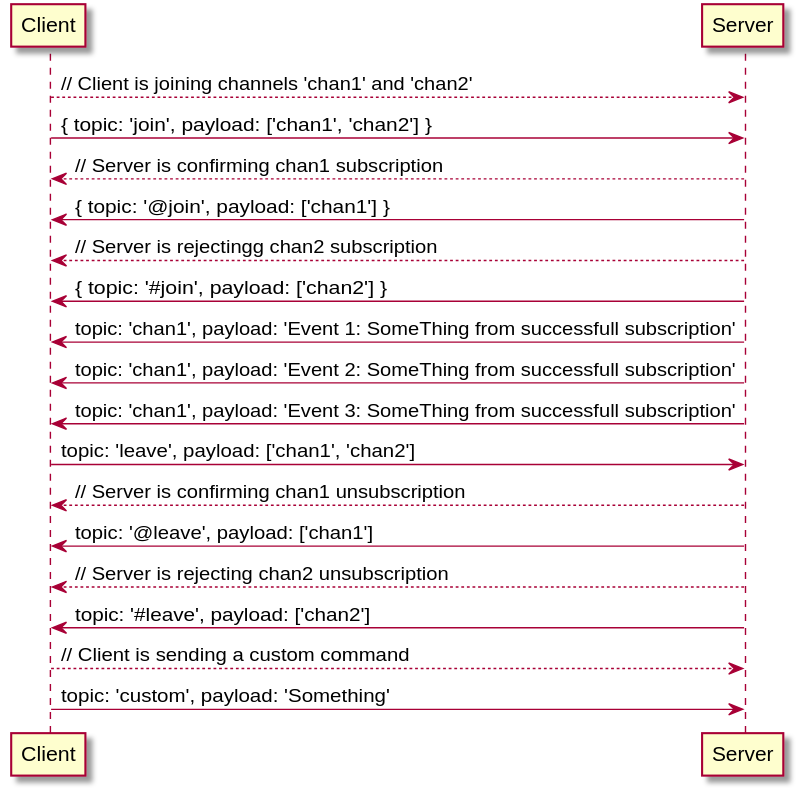
Above: lib/transport.svg in spiral-modules/websocket-client (PlantUML), before the change.
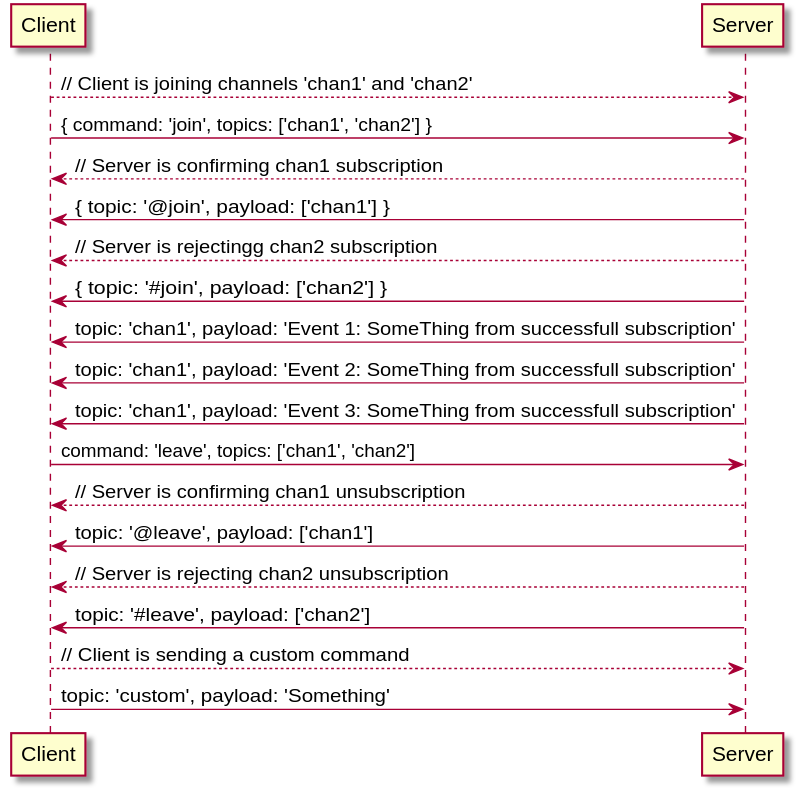
Later version of the same file.

The edit, as a diff of the source:
```diff
@@ -1,6 +1,6 @@
 @startuml
 Client --> Server: // Client is joining channels 'chan1' and 'chan2'
-Client -> Server: { topic: 'join', payload: ['chan1', 'chan2'] }
+Client -> Server: { command: 'join', topics: ['chan1', 'chan2'] }
 Server --> Client: // Server is confirming chan1 subscription
 Server -> Client: { topic: '@join', payload: ['chan1'] }
 Server --> Client: // Server is rejectingg chan2 subscription
@@ -8,7 +8,7 @@
 Server -> Client: topic: 'chan1', payload: 'Event 1: SomeThing from successfull subscription'
 Server -> Client: topic: 'chan1', payload: 'Event 2: SomeThing from successfull subscription'
 Server -> Client: topic: 'chan1', payload: 'Event 3: SomeThing from successfull subscription'
-Client -> Server: topic: 'leave', payload: ['chan1', 'chan2']
+Client -> Server: command: 'leave', topics: ['chan1', 'chan2']
 Server --> Client: // Server is confirming chan1 unsubscription
 Server -> Client: topic: '@leave', payload: ['chan1']
 Server --> Client: // Server is rejecting chan2 unsubscription
```
